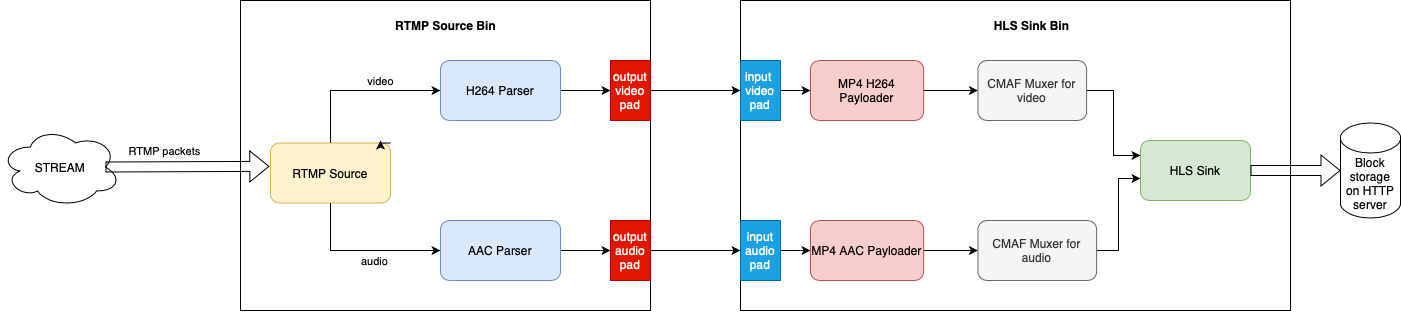
membraneframework/membrane_demo keeps this draw.io diagram as rtmp_to_hls/doc_assets/RTMP_to_HLS_pipeline.png. Above is the earlier version. Source tidied: cells renumbered, new cells last; positions are measured from the earlier drawing's top-left corner, leaving out a move shared by most shapes.
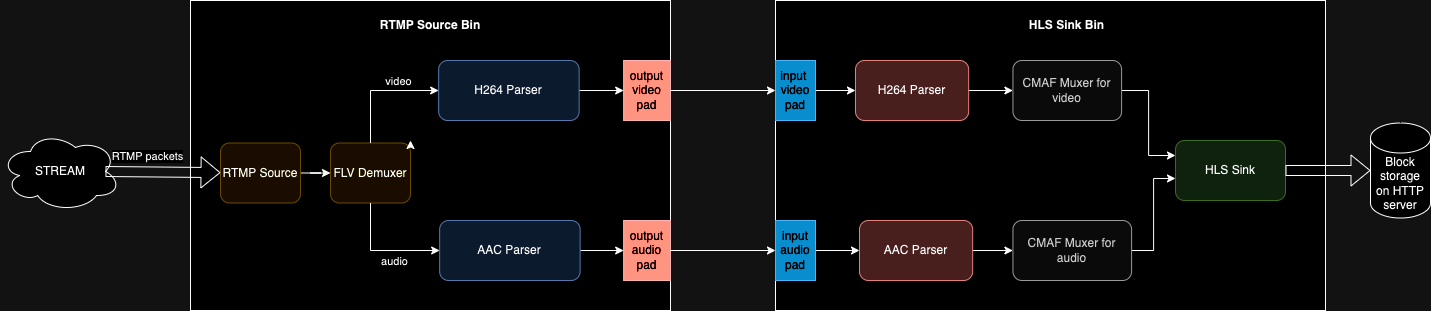
Above is the later version.

Commit message:
[rtmp_to_hls] Bump to Core v1.0.  (#251)

Change to the diagram source:
```diff
@@ -3,34 +3,34 @@
     <mxCell id="0" />
     <mxCell id="1" parent="0" />
     <mxCell id="2" value="c" style="group;fillColor=#008a00;strokeColor=#005700;fontColor=#ffffff;" parent="1" vertex="1">
-      <mxGeometry x="240" width="410" height="310" as="geometry" />
+      <mxGeometry x="160" width="480" height="310" as="geometry" />
     </mxCell>
     <mxCell id="3" style="rounded=0;whiteSpace=wrap;html=1;" parent="2" vertex="1">
-      <mxGeometry width="410" height="310" as="geometry" />
+      <mxGeometry width="480" height="310" as="geometry" />
     </mxCell>
     <mxCell id="4" value="&lt;b&gt;RTMP Source Bin&lt;/b&gt;" style="text;html=1;strokeColor=none;fillColor=none;align=center;verticalAlign=middle;whiteSpace=wrap;rounded=0;" parent="2" vertex="1">
-      <mxGeometry x="137.5" y="10" width="135" height="30" as="geometry" />
+      <mxGeometry x="161" y="10" width="158" height="30" as="geometry" />
     </mxCell>
     <mxCell id="5" style="edgeStyle=orthogonalEdgeStyle;rounded=0;jettySize=auto;html=1;exitX=1;exitY=0.5;exitDx=0;exitDy=0;entryX=0;entryY=0.5;entryDx=0;entryDy=0;" parent="2" edge="1" source="6" target="9">
       <mxGeometry relative="1" as="geometry" />
     </mxCell>
     <mxCell id="6" value="H264 Parser" style="rounded=1;whiteSpace=wrap;html=1;fillColor=#dae8fc;strokeColor=#6c8ebf;" parent="2" vertex="1">
-      <mxGeometry x="200" y="60" width="120" height="60" as="geometry" />
+      <mxGeometry x="248.1" y="60" width="140.5" height="60" as="geometry" />
     </mxCell>
     <mxCell id="7" style="edgeStyle=orthogonalEdgeStyle;rounded=0;jettySize=auto;html=1;exitX=1;exitY=0.5;exitDx=0;exitDy=0;entryX=0;entryY=0.5;entryDx=0;entryDy=0;" parent="2" edge="1" source="8" target="10">
       <mxGeometry relative="1" as="geometry" />
     </mxCell>
     <mxCell id="8" value="AAC Parser" style="rounded=1;whiteSpace=wrap;html=1;fillColor=#dae8fc;strokeColor=#6c8ebf;" parent="2" vertex="1">
-      <mxGeometry x="200" y="220" width="120" height="60" as="geometry" />
+      <mxGeometry x="249.1" y="220" width="140.5" height="60" as="geometry" />
     </mxCell>
     <mxCell id="9" value="output video&lt;br&gt;pad" style="rounded=0;whiteSpace=wrap;html=1;fillColor=#e51400;strokeColor=#B20000;fontColor=#ffffff;" parent="2" vertex="1">
-      <mxGeometry x="370" y="60" width="40" height="60" as="geometry" />
+      <mxGeometry x="433.2" y="60" width="46.8" height="60" as="geometry" />
     </mxCell>
     <mxCell id="10" value="output audio&lt;br&gt;pad" style="rounded=0;whiteSpace=wrap;html=1;fillColor=#e51400;fontColor=#ffffff;strokeColor=#B20000;" parent="2" vertex="1">
-      <mxGeometry x="370" y="220" width="40" height="60" as="geometry" />
+      <mxGeometry x="433.2" y="220" width="46.8" height="60" as="geometry" />
     </mxCell>
-    <mxCell id="11" value="RTMP Source" style="rounded=1;whiteSpace=wrap;html=1;fillColor=#fff2cc;strokeColor=#d6b656;" parent="2" vertex="1">
-      <mxGeometry x="30" y="142.5" width="120" height="60" as="geometry" />
+    <mxCell id="11" value="FLV Demuxer" style="rounded=1;whiteSpace=wrap;html=1;fillColor=#fff2cc;strokeColor=#d6b656;" parent="2" vertex="1">
+      <mxGeometry x="140" y="142.5" width="80" height="60" as="geometry" />
     </mxCell>
     <mxCell id="12" style="edgeStyle=orthogonalEdgeStyle;rounded=0;jettySize=auto;html=1;exitX=0.5;exitY=0;exitDx=0;exitDy=0;entryX=0;entryY=0.5;entryDx=0;entryDy=0;" parent="2" edge="1" source="11" target="6">
       <mxGeometry relative="1" as="geometry" />
@@ -45,16 +45,22 @@
     </mxCell>
     <mxCell id="15" value="audio" style="edgeLabel;html=1;align=center;verticalAlign=middle;" parent="14" vertex="1">
       <mxGeometry x="0.41" y="1" relative="1" as="geometry">
-        <mxPoint x="-21" y="11" as="offset" />
+        <mxPoint x="-11" y="11" as="offset" />
       </mxGeometry>
     </mxCell>
+    <mxCell id="40" style="edgeStyle=orthogonalEdgeStyle;rounded=0;jettySize=auto;html=1;exitX=1;exitY=0.5;exitDx=0;exitDy=0;" parent="2" edge="1" source="41" target="11">
+      <mxGeometry relative="1" as="geometry" />
+    </mxCell>
+    <mxCell id="41" value="RTMP Source" style="rounded=1;whiteSpace=wrap;html=1;fillColor=#fff2cc;strokeColor=#d6b656;" parent="2" vertex="1">
+      <mxGeometry x="30" y="142.5" width="80" height="60" as="geometry" />
+    </mxCell>
     <mxCell id="16" style="edgeStyle=orthogonalEdgeStyle;rounded=0;jettySize=auto;html=1;exitX=1;exitY=0;exitDx=0;exitDy=0;" parent="1" edge="1" source="11">
       <mxGeometry relative="1" as="geometry">
         <mxPoint x="380" y="140" as="targetPoint" />
       </mxGeometry>
     </mxCell>
     <mxCell id="17" style="group;fillColor=#f8cecc;strokeColor=#b85450;" parent="1" vertex="1">
-      <mxGeometry x="740" width="550" height="310" as="geometry" />
+      <mxGeometry x="745" width="550" height="310" as="geometry" />
     </mxCell>
     <mxCell id="18" style="rounded=0;whiteSpace=wrap;html=1;" parent="17" vertex="1">
       <mxGeometry width="550" height="310" as="geometry" />
@@ -68,14 +74,14 @@
     <mxCell id="21" style="edgeStyle=orthogonalEdgeStyle;rounded=0;jettySize=auto;html=1;exitX=1;exitY=0.5;exitDx=0;exitDy=0;entryX=0;entryY=0.5;entryDx=0;entryDy=0;" parent="17" edge="1" source="22" target="26">
       <mxGeometry relative="1" as="geometry" />
     </mxCell>
-    <mxCell id="22" value="MP4 H264 Payloader" style="rounded=1;whiteSpace=wrap;html=1;fillColor=#f8cecc;strokeColor=#b85450;" parent="17" vertex="1">
-      <mxGeometry x="70" y="60" width="113.2" height="60" as="geometry" />
+    <mxCell id="22" value="H264 Parser" style="rounded=1;whiteSpace=wrap;html=1;fillColor=#f8cecc;strokeColor=#b85450;" parent="17" vertex="1">
+      <mxGeometry x="80" y="60" width="113.2" height="60" as="geometry" />
     </mxCell>
     <mxCell id="23" style="edgeStyle=orthogonalEdgeStyle;rounded=0;jettySize=auto;html=1;exitX=1;exitY=0.5;exitDx=0;exitDy=0;entryX=0;entryY=0.5;entryDx=0;entryDy=0;" parent="17" edge="1" source="24" target="28">
       <mxGeometry relative="1" as="geometry" />
     </mxCell>
-    <mxCell id="24" value="MP4 AAC Payloader" style="rounded=1;whiteSpace=wrap;html=1;fillColor=#f8cecc;strokeColor=#b85450;" parent="17" vertex="1">
-      <mxGeometry x="70" y="220" width="113.2" height="60" as="geometry" />
+    <mxCell id="24" value="AAC Parser" style="rounded=1;whiteSpace=wrap;html=1;fillColor=#f8cecc;strokeColor=#b85450;" parent="17" vertex="1">
+      <mxGeometry x="84" y="220" width="113.2" height="60" as="geometry" />
     </mxCell>
     <mxCell id="25" style="edgeStyle=orthogonalEdgeStyle;rounded=0;jettySize=auto;html=1;exitX=1;exitY=0.5;exitDx=0;exitDy=0;entryX=0;entryY=0.25;entryDx=0;entryDy=0;" parent="17" edge="1" source="26" target="20">
       <mxGeometry relative="1" as="geometry" />
@@ -114,9 +120,9 @@
       <mxGeometry relative="1" as="geometry" />
     </mxCell>
     <mxCell id="37" value="STREAM" style="ellipse;shape=cloud;whiteSpace=wrap;html=1;" parent="1" vertex="1">
-      <mxGeometry y="126.5" width="120" height="80" as="geometry" />
+      <mxGeometry x="-30" y="131" width="120" height="80" as="geometry" />
     </mxCell>
-    <mxCell id="38" style="shape=flexArrow;endArrow=classic;html=1;rounded=0;entryX=-0.01;entryY=0.389;entryDx=0;entryDy=0;entryPerimeter=0;exitX=0.875;exitY=0.5;exitDx=0;exitDy=0;exitPerimeter=0;" parent="1" edge="1" source="37" target="11">
+    <mxCell id="38" style="shape=flexArrow;endArrow=classic;html=1;rounded=0;exitX=0.875;exitY=0.5;exitDx=0;exitDy=0;exitPerimeter=0;" parent="1" edge="1" source="37" target="41">
       <mxGeometry relative="1" as="geometry" />
     </mxCell>
     <mxCell id="39" value="RTMP packets" style="edgeLabel;html=1;align=center;verticalAlign=middle;" parent="38" vertex="1">
```
